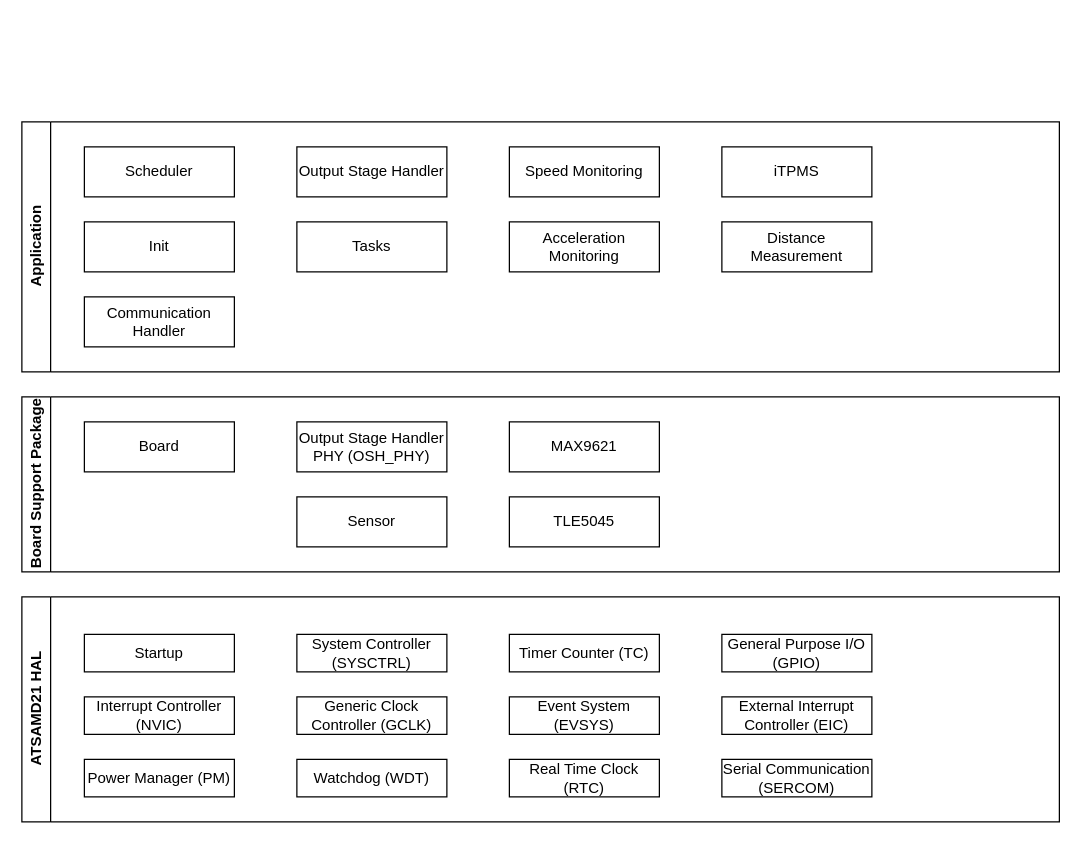
This is software/docs/arch/diagrams/package-view.drawio from c4deszes/bike-rotor-sensor, a draw.io file, before an edit. Source tidied: cells renumbered, new cells numbered last; positions are measured from the earlier drawing's top-left corner, leaving out a move shared by most shapes. Both pictures are drawn from the tidied source at 125%, with x=0, y=0 at pixel (21, 121).
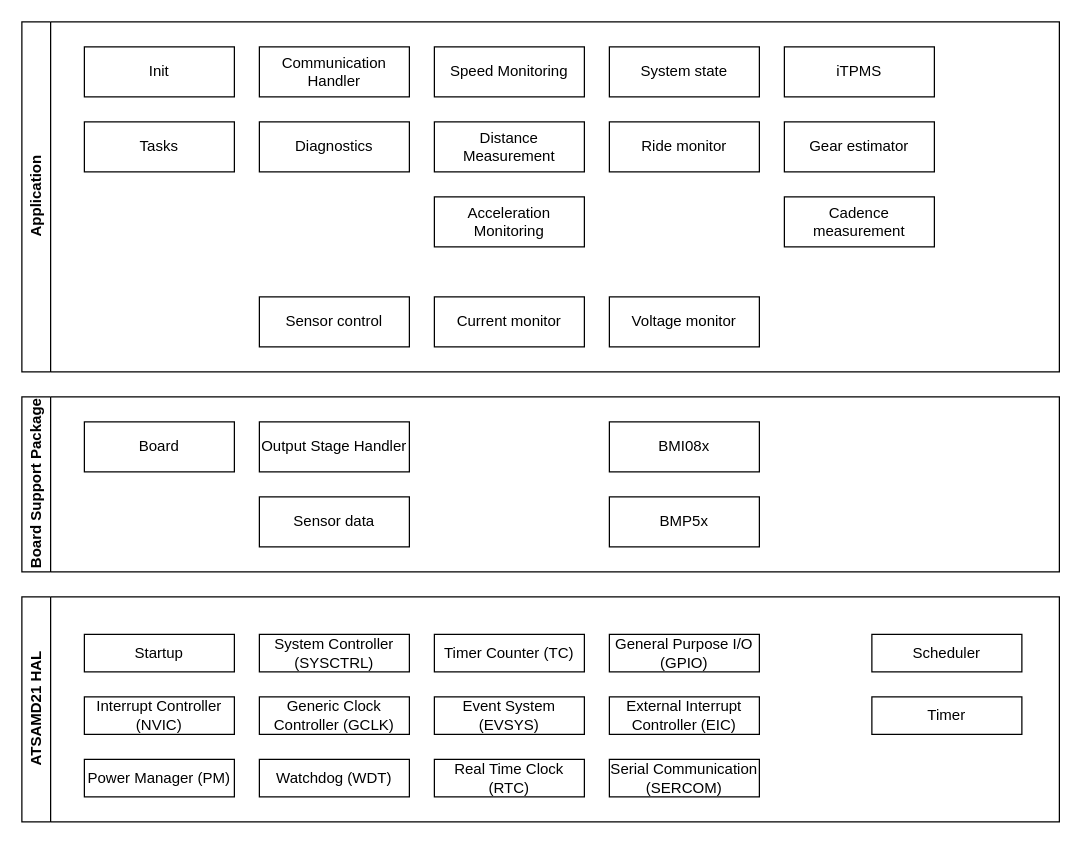
The same diagram, later.

The change refers to these unchanged cells:
```xml
<mxCell id="2" value="ATSAMD21 HAL" style="swimlane;horizontal=0;whiteSpace=wrap;html=1;" parent="1" vertex="1">
  <mxGeometry y="380" width="830" height="180" as="geometry" />
</mxCell>
<mxCell id="15" value="Board Support Package" style="swimlane;horizontal=0;whiteSpace=wrap;html=1;" parent="1" vertex="1">
  <mxGeometry y="220" width="830" height="140" as="geometry" />
</mxCell>
```

What changed in the source:
```diff
@@
     <mxCell id="3" value="Watchdog (WDT)" style="rounded=0;whiteSpace=wrap;html=1;" parent="2" vertex="1">
-      <mxGeometry x="220" y="130" width="120" height="30" as="geometry" />
+      <mxGeometry x="190" y="130" width="120" height="30" as="geometry" />
     </mxCell>
     <mxCell id="4" value="Timer Counter (TC)" style="rounded=0;whiteSpace=wrap;html=1;" parent="2" vertex="1">
-      <mxGeometry x="390" y="30" width="120" height="30" as="geometry" />
+      <mxGeometry x="330" y="30" width="120" height="30" as="geometry" />
     </mxCell>
     <mxCell id="5" value="General Purpose I/O (GPIO)" style="rounded=0;whiteSpace=wrap;html=1;" parent="2" vertex="1">
-      <mxGeometry x="560" y="30" width="120" height="30" as="geometry" />
+      <mxGeometry x="470" y="30" width="120" height="30" as="geometry" />
     </mxCell>
@@
     <mxCell id="7" value="Generic Clock Controller (GCLK)" style="rounded=0;whiteSpace=wrap;html=1;" parent="2" vertex="1">
-      <mxGeometry x="220" y="80" width="120" height="30" as="geometry" />
+      <mxGeometry x="190" y="80" width="120" height="30" as="geometry" />
     </mxCell>
     <mxCell id="8" value="Event System (EVSYS)" style="rounded=0;whiteSpace=wrap;html=1;" parent="2" vertex="1">
-      <mxGeometry x="390" y="80" width="120" height="30" as="geometry" />
+      <mxGeometry x="330" y="80" width="120" height="30" as="geometry" />
     </mxCell>
     <mxCell id="9" value="Real Time Clock (RTC)" style="rounded=0;whiteSpace=wrap;html=1;" parent="2" vertex="1">
-      <mxGeometry x="390" y="130" width="120" height="30" as="geometry" />
+      <mxGeometry x="330" y="130" width="120" height="30" as="geometry" />
     </mxCell>
@@
     <mxCell id="11" value="External Interrupt Controller (EIC)" style="rounded=0;whiteSpace=wrap;html=1;" parent="2" vertex="1">
-      <mxGeometry x="560" y="80" width="120" height="30" as="geometry" />
+      <mxGeometry x="470" y="80" width="120" height="30" as="geometry" />
     </mxCell>
@@
     <mxCell id="13" value="Serial Communication (SERCOM)" style="rounded=0;whiteSpace=wrap;html=1;" parent="2" vertex="1">
-      <mxGeometry x="560" y="130" width="120" height="30" as="geometry" />
+      <mxGeometry x="470" y="130" width="120" height="30" as="geometry" />
     </mxCell>
     <mxCell id="14" value="System Controller (SYSCTRL)" style="rounded=0;whiteSpace=wrap;html=1;" parent="2" vertex="1">
-      <mxGeometry x="220" y="30" width="120" height="30" as="geometry" />
+      <mxGeometry x="190" y="30" width="120" height="30" as="geometry" />
     </mxCell>
+    <mxCell id="22" value="Scheduler" style="rounded=0;whiteSpace=wrap;html=1;" parent="2" vertex="1">
+      <mxGeometry x="680" y="30" width="120" height="30" as="geometry" />
+    </mxCell>
+    <mxCell id="31" value="Timer" style="rounded=0;whiteSpace=wrap;html=1;" parent="2" vertex="1">
+      <mxGeometry x="680" y="80" width="120" height="30" as="geometry" />
+    </mxCell>
@@
-    <mxCell id="17" value="Output Stage Handler PHY (OSH_PHY)" style="rounded=0;whiteSpace=wrap;html=1;" parent="15" vertex="1">
-      <mxGeometry x="220" y="20" width="120" height="40" as="geometry" />
+    <mxCell id="17" value="Output Stage Handler" style="rounded=0;whiteSpace=wrap;html=1;" parent="15" vertex="1">
+      <mxGeometry x="190" y="20" width="120" height="40" as="geometry" />
     </mxCell>
-    <mxCell id="18" value="Sensor" style="rounded=0;whiteSpace=wrap;html=1;" parent="15" vertex="1">
-      <mxGeometry x="220" y="80" width="120" height="40" as="geometry" />
+    <mxCell id="18" value="Sensor data" style="rounded=0;whiteSpace=wrap;html=1;" parent="15" vertex="1">
+      <mxGeometry x="190" y="80" width="120" height="40" as="geometry" />
     </mxCell>
-    <mxCell id="19" value="MAX9621" style="rounded=0;whiteSpace=wrap;html=1;" parent="15" vertex="1">
-      <mxGeometry x="390" y="20" width="120" height="40" as="geometry" />
-    </mxCell>
-    <mxCell id="20" value="TLE5045" style="rounded=0;whiteSpace=wrap;html=1;" parent="15" vertex="1">
-      <mxGeometry x="390" y="80" width="120" height="40" as="geometry" />
-    </mxCell>
+    <mxCell id="32" value="BMI08x" style="rounded=0;whiteSpace=wrap;html=1;" parent="15" vertex="1">
+      <mxGeometry x="470" y="20" width="120" height="40" as="geometry" />
+    </mxCell>
+    <mxCell id="33" value="BMP5x" style="rounded=0;whiteSpace=wrap;html=1;" parent="15" vertex="1">
+      <mxGeometry x="470" y="80" width="120" height="40" as="geometry" />
+    </mxCell>
     <mxCell id="21" value="Application" style="swimlane;horizontal=0;whiteSpace=wrap;html=1;" parent="1" vertex="1">
-      <mxGeometry width="830" height="200" as="geometry" />
+      <mxGeometry y="-80" width="830" height="280" as="geometry" />
     </mxCell>
-    <mxCell id="22" value="Scheduler" style="rounded=0;whiteSpace=wrap;html=1;" parent="21" vertex="1">
-      <mxGeometry x="50" y="20" width="120" height="40" as="geometry" />
-    </mxCell>
-    <mxCell id="23" value="Output Stage Handler" style="rounded=0;whiteSpace=wrap;html=1;" parent="21" vertex="1">
-      <mxGeometry x="220" y="20" width="120" height="40" as="geometry" />
-    </mxCell>
     <mxCell id="24" value="Tasks" style="rounded=0;whiteSpace=wrap;html=1;" parent="21" vertex="1">
-      <mxGeometry x="220" y="80" width="120" height="40" as="geometry" />
+      <mxGeometry x="50" y="80" width="120" height="40" as="geometry" />
     </mxCell>
     <mxCell id="25" value="Init" style="rounded=0;whiteSpace=wrap;html=1;" parent="21" vertex="1">
-      <mxGeometry x="50" y="80" width="120" height="40" as="geometry" />
+      <mxGeometry x="50" y="20" width="120" height="40" as="geometry" />
     </mxCell>
     <mxCell id="26" value="Speed Monitoring" style="rounded=0;whiteSpace=wrap;html=1;" parent="21" vertex="1">
-      <mxGeometry x="390" y="20" width="120" height="40" as="geometry" />
+      <mxGeometry x="330" y="20" width="120" height="40" as="geometry" />
     </mxCell>
-    <mxCell id="27" value="iTPMS" style="rounded=0;whiteSpace=wrap;html=1;" parent="21" vertex="1">
-      <mxGeometry x="560" y="20" width="120" height="40" as="geometry" />
-    </mxCell>
     <mxCell id="28" value="Acceleration Monitoring" style="rounded=0;whiteSpace=wrap;html=1;" parent="21" vertex="1">
-      <mxGeometry x="390" y="80" width="120" height="40" as="geometry" />
+      <mxGeometry x="330" y="140" width="120" height="40" as="geometry" />
     </mxCell>
     <mxCell id="29" value="Distance Measurement" style="rounded=0;whiteSpace=wrap;html=1;" parent="21" vertex="1">
-      <mxGeometry x="560" y="80" width="120" height="40" as="geometry" />
+      <mxGeometry x="330" y="80" width="120" height="40" as="geometry" />
     </mxCell>
     <mxCell id="30" value="Communication&lt;br&gt;Handler" style="rounded=0;whiteSpace=wrap;html=1;" parent="21" vertex="1">
-      <mxGeometry x="50" y="140" width="120" height="40" as="geometry" />
+      <mxGeometry x="190" y="20" width="120" height="40" as="geometry" />
     </mxCell>
+    <mxCell id="34" value="Diagnostics" style="rounded=0;whiteSpace=wrap;html=1;" parent="21" vertex="1">
+      <mxGeometry x="190" y="80" width="120" height="40" as="geometry" />
+    </mxCell>
+    <mxCell id="35" value="Current monitor" style="rounded=0;whiteSpace=wrap;html=1;" parent="21" vertex="1">
+      <mxGeometry x="330" y="220" width="120" height="40" as="geometry" />
+    </mxCell>
+    <mxCell id="36" value="Voltage monitor" style="rounded=0;whiteSpace=wrap;html=1;" parent="21" vertex="1">
+      <mxGeometry x="470" y="220" width="120" height="40" as="geometry" />
+    </mxCell>
+    <mxCell id="37" value="System state" style="rounded=0;whiteSpace=wrap;html=1;" parent="21" vertex="1">
+      <mxGeometry x="470" y="20" width="120" height="40" as="geometry" />
+    </mxCell>
+    <mxCell id="38" value="Ride monitor" style="rounded=0;whiteSpace=wrap;html=1;" parent="21" vertex="1">
+      <mxGeometry x="470" y="80" width="120" height="40" as="geometry" />
+    </mxCell>
+    <mxCell id="39" value="Sensor control" style="rounded=0;whiteSpace=wrap;html=1;" parent="21" vertex="1">
+      <mxGeometry x="190" y="220" width="120" height="40" as="geometry" />
+    </mxCell>
+    <mxCell id="27" value="iTPMS" style="rounded=0;whiteSpace=wrap;html=1;" parent="21" vertex="1">
+      <mxGeometry x="610" y="20" width="120" height="40" as="geometry" />
+    </mxCell>
+    <mxCell id="40" value="Gear estimator" style="rounded=0;whiteSpace=wrap;html=1;" parent="21" vertex="1">
+      <mxGeometry x="610" y="80" width="120" height="40" as="geometry" />
+    </mxCell>
+    <mxCell id="41" value="Cadence measurement" style="rounded=0;whiteSpace=wrap;html=1;" parent="21" vertex="1">
+      <mxGeometry x="610" y="140" width="120" height="40" as="geometry" />
+    </mxCell>
```
